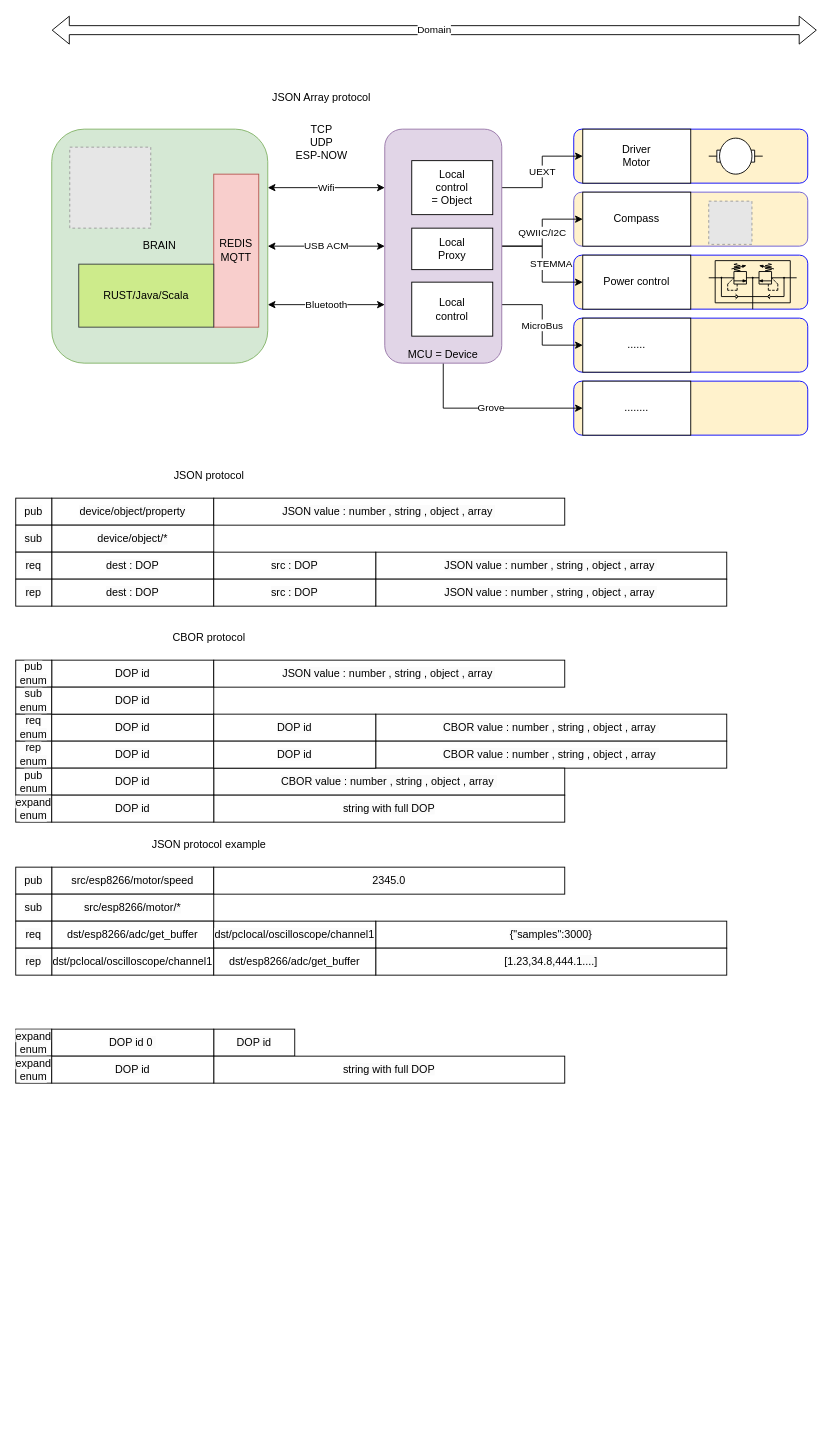
This is docs/limero_concepts.drawio from vortex314/tiva-rs, a draw.io file, before an edit. Source tidied: cells renumbered, new cells numbered last; positions are measured from the earlier drawing's top-left corner, leaving out a move shared by most shapes. Both pictures are drawn from the tidied source at 90%, with x=0, y=0 at pixel (15, 30). Pictures stored in the file or linked from it are replaced by grey dashed boxes.
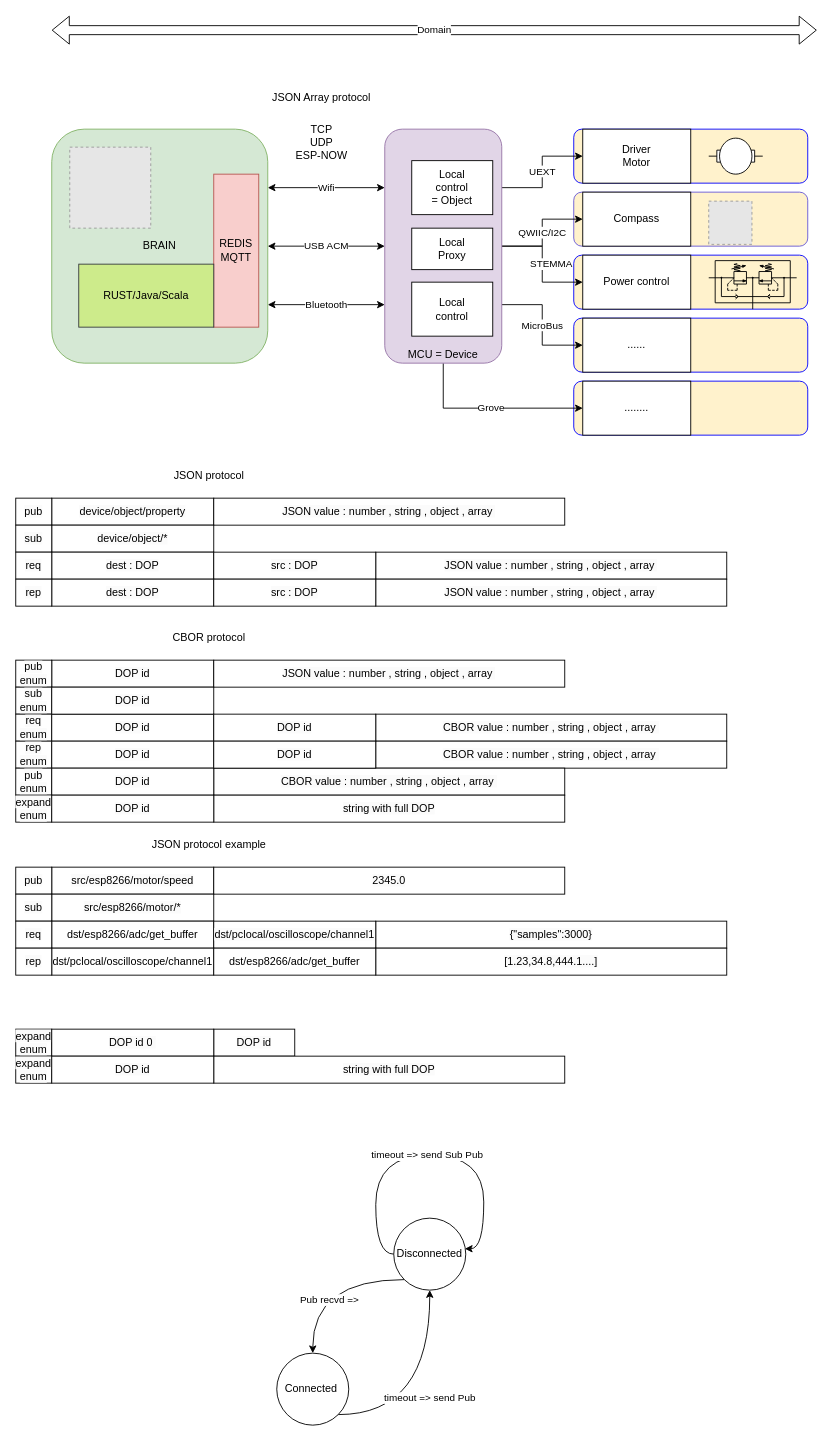
The same page after the edit.

What changed in the source:
```diff
@@
+    <mxCell id="88" value="Pub recvd =&amp;gt;&amp;nbsp;" style="edgeStyle=orthogonalEdgeStyle;rounded=0;jettySize=auto;html=1;exitX=0;exitY=1;exitDx=0;exitDy=0;entryX=0.5;entryY=0;entryDx=0;entryDy=0;curved=1;" parent="1" edge="1" source="90" target="92">
+      <mxGeometry x="0.35" y="20" relative="1" as="geometry" />
+    </mxCell>
+    <mxCell id="89" value="timeout =&amp;gt; send Sub Pub" style="edgeStyle=orthogonalEdgeStyle;rounded=0;orthogonalLoop=1;jettySize=auto;html=1;exitX=0;exitY=0.5;exitDx=0;exitDy=0;entryX=0.988;entryY=0.425;entryDx=0;entryDy=0;entryPerimeter=0;curved=1;" parent="1" edge="1" source="90" target="90">
+      <mxGeometry relative="1" as="geometry">
+        <Array as="points">
+          <mxPoint x="400" y="1360" />
+          <mxPoint x="400" y="1250" />
+          <mxPoint x="520" y="1250" />
+          <mxPoint x="520" y="1354" />
+        </Array>
+      </mxGeometry>
+    </mxCell>
+    <mxCell id="90" value="Disconnected" style="ellipse;whiteSpace=wrap;html=1;" parent="1" vertex="1">
+      <mxGeometry x="420" y="1320" width="80" height="80" as="geometry" />
+    </mxCell>
+    <mxCell id="91" value="timeout =&amp;gt; send Pub" style="edgeStyle=orthogonalEdgeStyle;rounded=0;jettySize=auto;html=1;exitX=1;exitY=1;exitDx=0;exitDy=0;entryX=0.5;entryY=1;entryDx=0;entryDy=0;curved=1;" parent="1" edge="1" source="92" target="90">
+      <mxGeometry relative="1" as="geometry" />
+    </mxCell>
+    <mxCell id="92" value="Connected&amp;nbsp;" style="ellipse;whiteSpace=wrap;html=1;" parent="1" vertex="1">
+      <mxGeometry x="290" y="1470" width="80" height="80" as="geometry" />
+    </mxCell>
```
